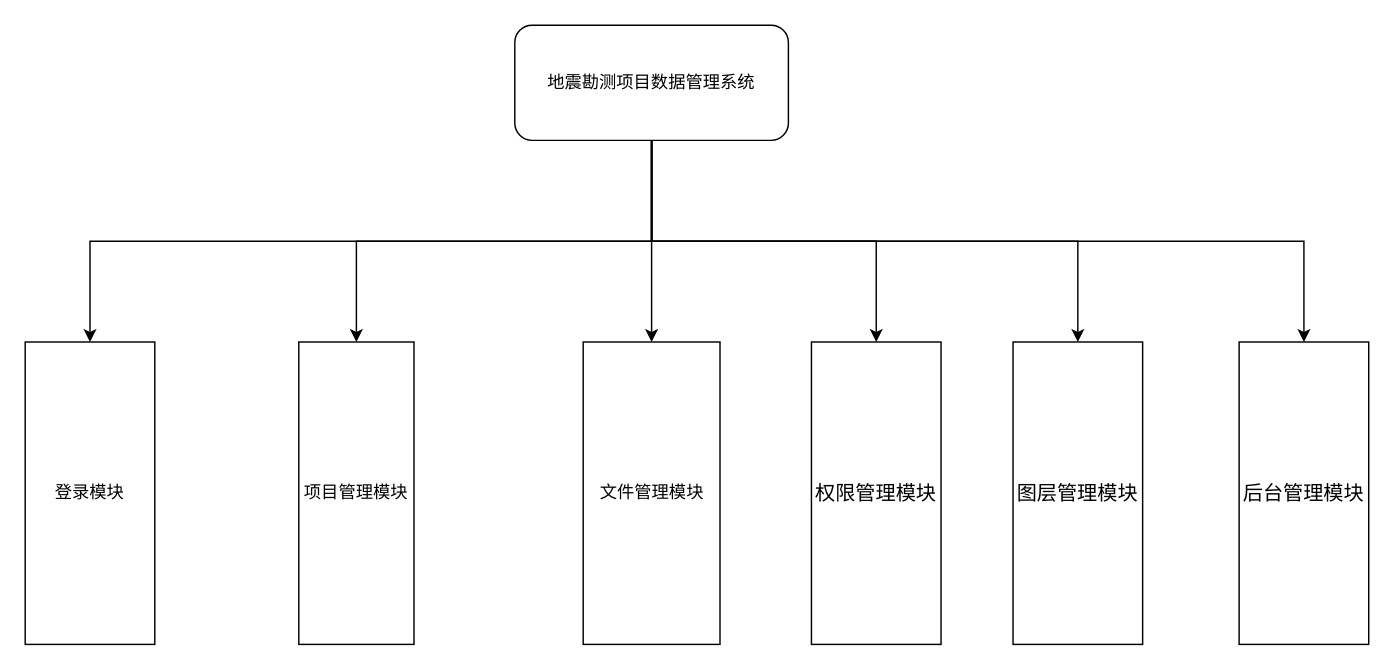
shehuinidataoge/- keeps this draw.io diagram as 系统功能模块图.drawio. Above is the earlier version. Source tidied: cells renumbered, new cells numbered last; positions are measured from the earlier drawing's top-left corner, leaving out a move shared by most shapes. Both pictures are drawn from the tidied source at 144%, with x=0, y=0 at pixel (24, 24).
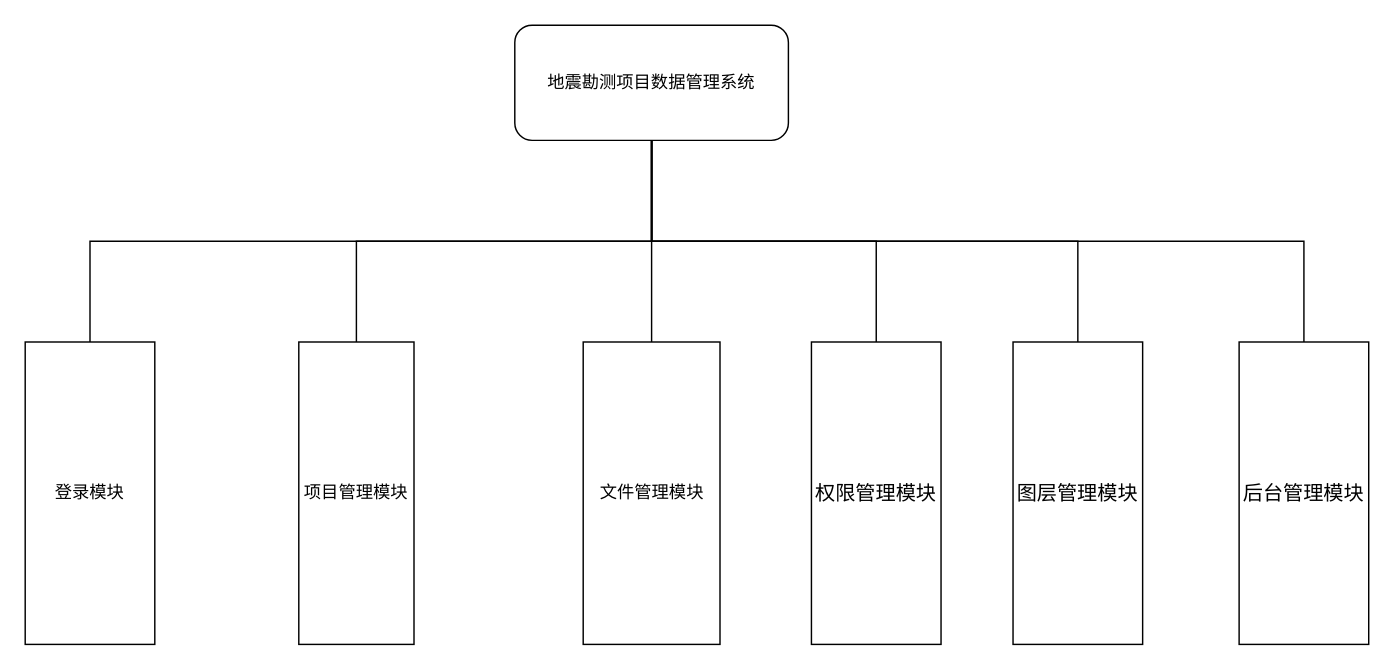
The same page after the edit.

Commit message:
Update 系统功能模块图.drawio

Change to the diagram source:
```diff
@@
 <mxGraphModel>
   <root>
     <mxCell id="0" />
     <mxCell id="1" parent="0" />
-    <mxCell id="2" style="edgeStyle=orthogonalEdgeStyle;rounded=0;jettySize=auto;html=1;exitX=0.5;exitY=1;exitDx=0;exitDy=0;entryX=0.5;entryY=0;entryDx=0;entryDy=0;" parent="1" edge="1" source="8" target="9">
+    <mxCell id="2" style="edgeStyle=orthogonalEdgeStyle;rounded=0;jettySize=auto;html=1;exitX=0.5;exitY=1;exitDx=0;exitDy=0;entryX=0.5;entryY=0;entryDx=0;entryDy=0;endArrow=none;endFill=0;" parent="1" edge="1" source="8" target="9">
       <mxGeometry relative="1" as="geometry" />
     </mxCell>
-    <mxCell id="3" style="edgeStyle=orthogonalEdgeStyle;rounded=0;jettySize=auto;html=1;exitX=0.5;exitY=1;exitDx=0;exitDy=0;" parent="1" edge="1" source="8" target="10">
+    <mxCell id="3" style="edgeStyle=orthogonalEdgeStyle;rounded=0;jettySize=auto;html=1;exitX=0.5;exitY=1;exitDx=0;exitDy=0;endArrow=none;endFill=0;" parent="1" edge="1" source="8" target="10">
       <mxGeometry relative="1" as="geometry" />
     </mxCell>
-    <mxCell id="4" style="edgeStyle=orthogonalEdgeStyle;rounded=0;jettySize=auto;html=1;exitX=0.5;exitY=1;exitDx=0;exitDy=0;" parent="1" edge="1" source="8" target="11">
+    <mxCell id="4" style="edgeStyle=orthogonalEdgeStyle;rounded=0;jettySize=auto;html=1;exitX=0.5;exitY=1;exitDx=0;exitDy=0;endArrow=none;endFill=0;" parent="1" edge="1" source="8" target="11">
       <mxGeometry relative="1" as="geometry" />
     </mxCell>
-    <mxCell id="5" style="edgeStyle=orthogonalEdgeStyle;rounded=0;jettySize=auto;html=1;exitX=0.5;exitY=1;exitDx=0;exitDy=0;" parent="1" edge="1" source="8" target="12">
+    <mxCell id="5" style="edgeStyle=orthogonalEdgeStyle;rounded=0;jettySize=auto;html=1;exitX=0.5;exitY=1;exitDx=0;exitDy=0;endArrow=none;endFill=0;" parent="1" edge="1" source="8" target="12">
       <mxGeometry relative="1" as="geometry" />
     </mxCell>
-    <mxCell id="6" style="edgeStyle=orthogonalEdgeStyle;rounded=0;jettySize=auto;html=1;exitX=0.5;exitY=1;exitDx=0;exitDy=0;" parent="1" edge="1" source="8" target="13">
+    <mxCell id="6" style="edgeStyle=orthogonalEdgeStyle;rounded=0;jettySize=auto;html=1;exitX=0.5;exitY=1;exitDx=0;exitDy=0;endArrow=none;endFill=0;" parent="1" edge="1" source="8" target="13">
       <mxGeometry relative="1" as="geometry" />
     </mxCell>
-    <mxCell id="7" style="edgeStyle=orthogonalEdgeStyle;rounded=0;jettySize=auto;html=1;exitX=0.5;exitY=1;exitDx=0;exitDy=0;" parent="1" edge="1" source="8" target="14">
+    <mxCell id="7" style="edgeStyle=orthogonalEdgeStyle;rounded=0;jettySize=auto;html=1;exitX=0.5;exitY=1;exitDx=0;exitDy=0;endArrow=none;endFill=0;" parent="1" edge="1" source="8" target="14">
       <mxGeometry relative="1" as="geometry" />
     </mxCell>
     <mxCell id="8" value="地震勘测项目数据管理系统" style="rounded=1;whiteSpace=wrap;html=1;" parent="1" vertex="1">
       <mxGeometry x="340" width="190" height="80" as="geometry" />
     </mxCell>
     <mxCell id="9" value="&lt;span&gt;登录模块&lt;/span&gt;" style="rounded=0;whiteSpace=wrap;html=1;" parent="1" vertex="1">
       <mxGeometry y="220" width="90" height="210" as="geometry" />
     </mxCell>
     <mxCell id="10" value="项目管理模块" style="rounded=0;whiteSpace=wrap;html=1;" parent="1" vertex="1">
       <mxGeometry x="190" y="220" width="80" height="210" as="geometry" />
     </mxCell>
     <mxCell id="11" value="文件管理模块" style="rounded=0;whiteSpace=wrap;html=1;" parent="1" vertex="1">
       <mxGeometry x="387.5" y="220" width="95" height="210" as="geometry" />
     </mxCell>
     <mxCell id="12" value="&lt;span style=&quot;font-size: 14px&quot;&gt;权限管理模块&lt;/span&gt;" style="rounded=0;whiteSpace=wrap;html=1;" parent="1" vertex="1">
       <mxGeometry x="546" y="220" width="90" height="210" as="geometry" />
     </mxCell>
     <mxCell id="13" value="&lt;span style=&quot;font-size: 14px&quot;&gt;图层管理模块&lt;/span&gt;" style="rounded=0;whiteSpace=wrap;html=1;" parent="1" vertex="1">
       <mxGeometry x="686" y="220" width="90" height="210" as="geometry" />
     </mxCell>
     <mxCell id="14" value="&lt;span style=&quot;font-size: 14px&quot;&gt;后台管理模块&lt;/span&gt;" style="rounded=0;whiteSpace=wrap;html=1;" parent="1" vertex="1">
       <mxGeometry x="843" y="220" width="90" height="210" as="geometry" />
     </mxCell>
   </root>
 </mxGraphModel>
```
